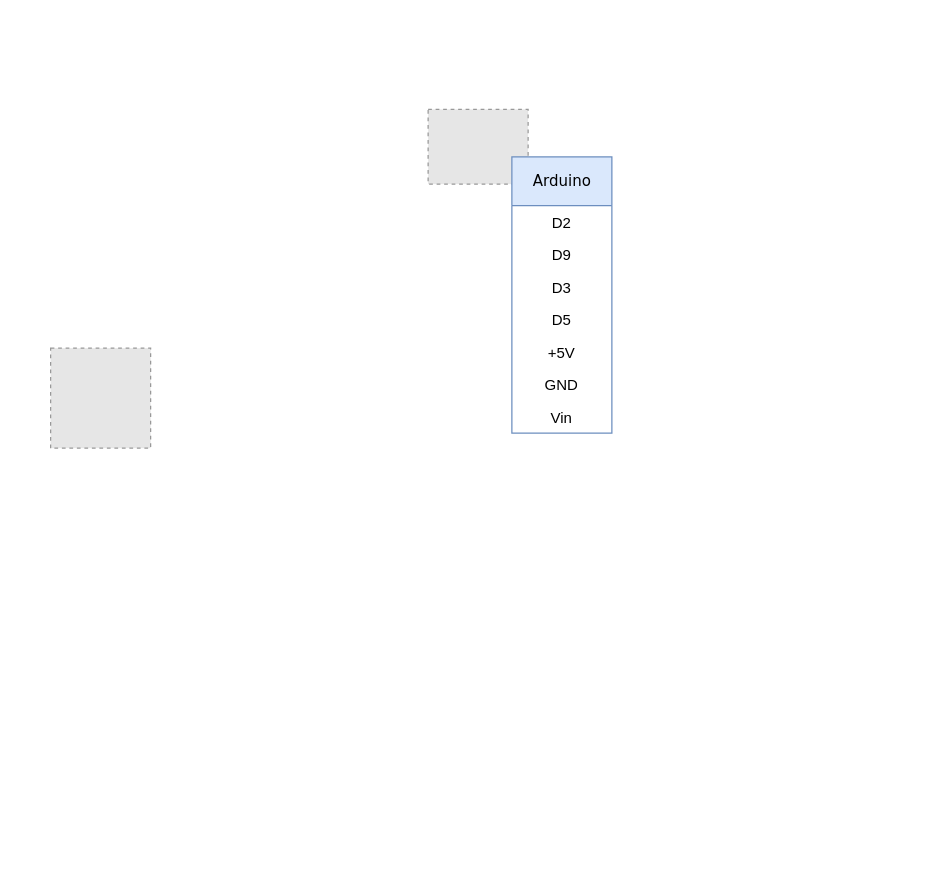
The draw.io diagram circuit.drawio in flboudoire/MFC-control, before the edit. Source tidied: cells renumbered, new cells numbered last; positions are measured from the earlier drawing's top-left corner, leaving out a move shared by most shapes. Both pictures are drawn from the tidied source at 125%, with x=0, y=0 at pixel (50, 109). Pictures stored in the file or linked from it are replaced by grey dashed boxes.
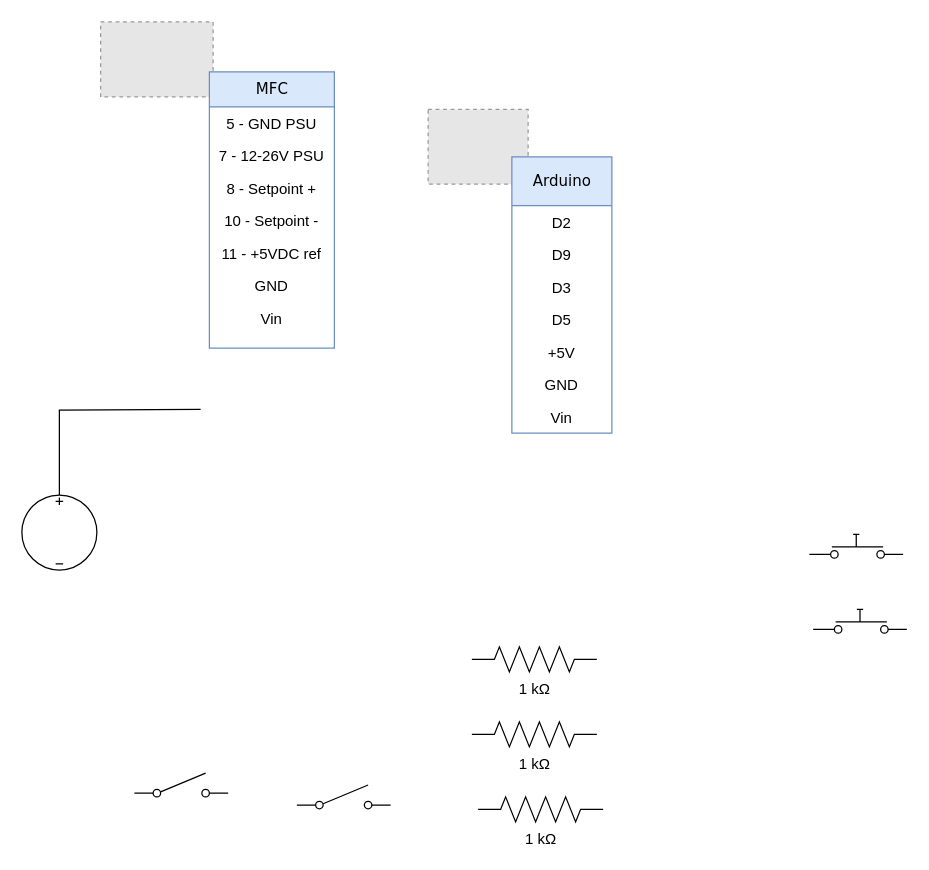
Above is the later version.

What changed in the source:
```diff
@@
-    <mxCell id="3" style="fillColor=#E6E6E6;strokeColor=#999999;dashed=1;verticalLabelPosition=bottom;labelBackgroundColor=#ffffff;verticalAlign=top;" parent="1" vertex="1">
-      <mxGeometry y="191" width="80" height="80" as="geometry" />
-    </mxCell>
@@
+    <mxCell id="12" style="verticalLabelPosition=bottom;shadow=0;dashed=0;align=center;html=1;verticalAlign=top;shape=mxgraph.electrical.electro-mechanical.push_switch_no;" parent="1" vertex="1">
+      <mxGeometry x="607" y="340" width="75" height="19" as="geometry" />
+    </mxCell>
+    <mxCell id="13" style="verticalLabelPosition=bottom;shadow=0;dashed=0;align=center;html=1;verticalAlign=top;shape=mxgraph.electrical.electro-mechanical.push_switch_no;" parent="1" vertex="1">
+      <mxGeometry x="610" y="400" width="75" height="19" as="geometry" />
+    </mxCell>
+    <mxCell id="14" style="verticalLabelPosition=bottom;shadow=0;dashed=0;align=center;html=1;verticalAlign=top;shape=mxgraph.electrical.electro-mechanical.simple_switch;" parent="1" vertex="1">
+      <mxGeometry x="67" y="531" width="75" height="19" as="geometry" />
+    </mxCell>
+    <mxCell id="15" style="verticalLabelPosition=bottom;shadow=0;dashed=0;align=center;html=1;verticalAlign=top;shape=mxgraph.electrical.electro-mechanical.simple_switch;" parent="1" vertex="1">
+      <mxGeometry x="197" y="540.5" width="75" height="19" as="geometry" />
+    </mxCell>
+    <mxCell id="16" value="1 kΩ" style="verticalLabelPosition=bottom;shadow=0;dashed=0;align=center;html=1;verticalAlign=top;shape=mxgraph.electrical.resistors.resistor_2;" parent="1" vertex="1">
+      <mxGeometry x="337" y="490" width="100" height="20" as="geometry" />
+    </mxCell>
+    <mxCell id="17" value="1 kΩ" style="verticalLabelPosition=bottom;shadow=0;dashed=0;align=center;html=1;verticalAlign=top;shape=mxgraph.electrical.resistors.resistor_2;" parent="1" vertex="1">
+      <mxGeometry x="337" y="430" width="100" height="20" as="geometry" />
+    </mxCell>
+    <mxCell id="18" value="1 kΩ" style="verticalLabelPosition=bottom;shadow=0;dashed=0;align=center;html=1;verticalAlign=top;shape=mxgraph.electrical.resistors.resistor_2;" parent="1" vertex="1">
+      <mxGeometry x="342" y="550" width="100" height="20" as="geometry" />
+    </mxCell>
+    <mxCell id="19" style="edgeStyle=orthogonalEdgeStyle;jettySize=auto;html=1;exitX=1;exitY=1;exitDx=0;exitDy=0;exitPerimeter=0;entryX=0.5;entryY=0;entryDx=0;entryDy=0;entryPerimeter=0;rounded=0;endArrow=none;endFill=0;" parent="1" edge="1" target="20">
+      <mxGeometry relative="1" as="geometry">
+        <mxPoint x="120" y="240" as="sourcePoint" />
+      </mxGeometry>
+    </mxCell>
+    <mxCell id="20" style="verticalLabelPosition=bottom;shadow=0;dashed=0;align=center;html=1;verticalAlign=top;shape=mxgraph.electrical.signal_sources.dc_source_3;" parent="1" vertex="1">
+      <mxGeometry x="-23" y="308.5" width="60" height="60" as="geometry" />
+    </mxCell>
+    <mxCell id="21" style="fillColor=#E6E6E6;strokeColor=#999999;dashed=1;verticalLabelPosition=bottom;labelBackgroundColor=#ffffff;verticalAlign=top;" parent="1" vertex="1">
+      <mxGeometry x="40" y="-70" width="90" height="60" as="geometry" />
+    </mxCell>
+    <mxCell id="22" value="MFC" style="swimlane;html=1;fontStyle=0;horizontal=1;startSize=28;fillColor=#dae8fc;swimlaneFillColor=#ffffff;align=center;rounded=0;shadow=0;comic=0;labelBackgroundColor=none;strokeColor=#6c8ebf;strokeWidth=1;fontFamily=Verdana;fontSize=12;glass=0;fixDash=0;backgroundOutline=0;" parent="1" vertex="1">
+      <mxGeometry x="127" y="-30" width="100" height="221" as="geometry" />
+    </mxCell>
+    <mxCell id="23" value="5 - GND PSU" style="text;html=1;strokeColor=none;fillColor=none;spacingLeft=4;spacingRight=4;whiteSpace=wrap;overflow=hidden;align=center;" parent="22" vertex="1">
+      <mxGeometry y="28" width="100" height="26" as="geometry" />
+    </mxCell>
+    <mxCell id="24" value="7 - 12-26V PSU" style="text;html=1;strokeColor=none;fillColor=none;spacingLeft=4;spacingRight=4;whiteSpace=wrap;overflow=hidden;align=center;" parent="22" vertex="1">
+      <mxGeometry y="54" width="100" height="26" as="geometry" />
+    </mxCell>
+    <mxCell id="25" value="8 - Setpoint +" style="text;html=1;strokeColor=none;fillColor=none;spacingLeft=4;spacingRight=4;whiteSpace=wrap;overflow=hidden;align=center;" parent="22" vertex="1">
+      <mxGeometry y="80" width="100" height="26" as="geometry" />
+    </mxCell>
+    <mxCell id="26" value="10 - Setpoint -" style="text;html=1;strokeColor=none;fillColor=none;spacingLeft=4;spacingRight=4;whiteSpace=wrap;overflow=hidden;align=center;" parent="22" vertex="1">
+      <mxGeometry y="106" width="100" height="26" as="geometry" />
+    </mxCell>
+    <mxCell id="27" value="11 - +5VDC ref" style="text;html=1;strokeColor=none;fillColor=none;spacingLeft=4;spacingRight=4;whiteSpace=wrap;overflow=hidden;align=center;" parent="22" vertex="1">
+      <mxGeometry y="132" width="100" height="26" as="geometry" />
+    </mxCell>
+    <mxCell id="28" value="GND" style="text;html=1;strokeColor=none;fillColor=none;spacingLeft=4;spacingRight=4;whiteSpace=wrap;overflow=hidden;align=center;" parent="22" vertex="1">
+      <mxGeometry y="158" width="100" height="26" as="geometry" />
+    </mxCell>
+    <mxCell id="29" value="Vin" style="text;html=1;strokeColor=none;fillColor=none;spacingLeft=4;spacingRight=4;whiteSpace=wrap;overflow=hidden;align=center;" parent="22" vertex="1">
+      <mxGeometry y="184" width="100" height="26" as="geometry" />
+    </mxCell>
```
